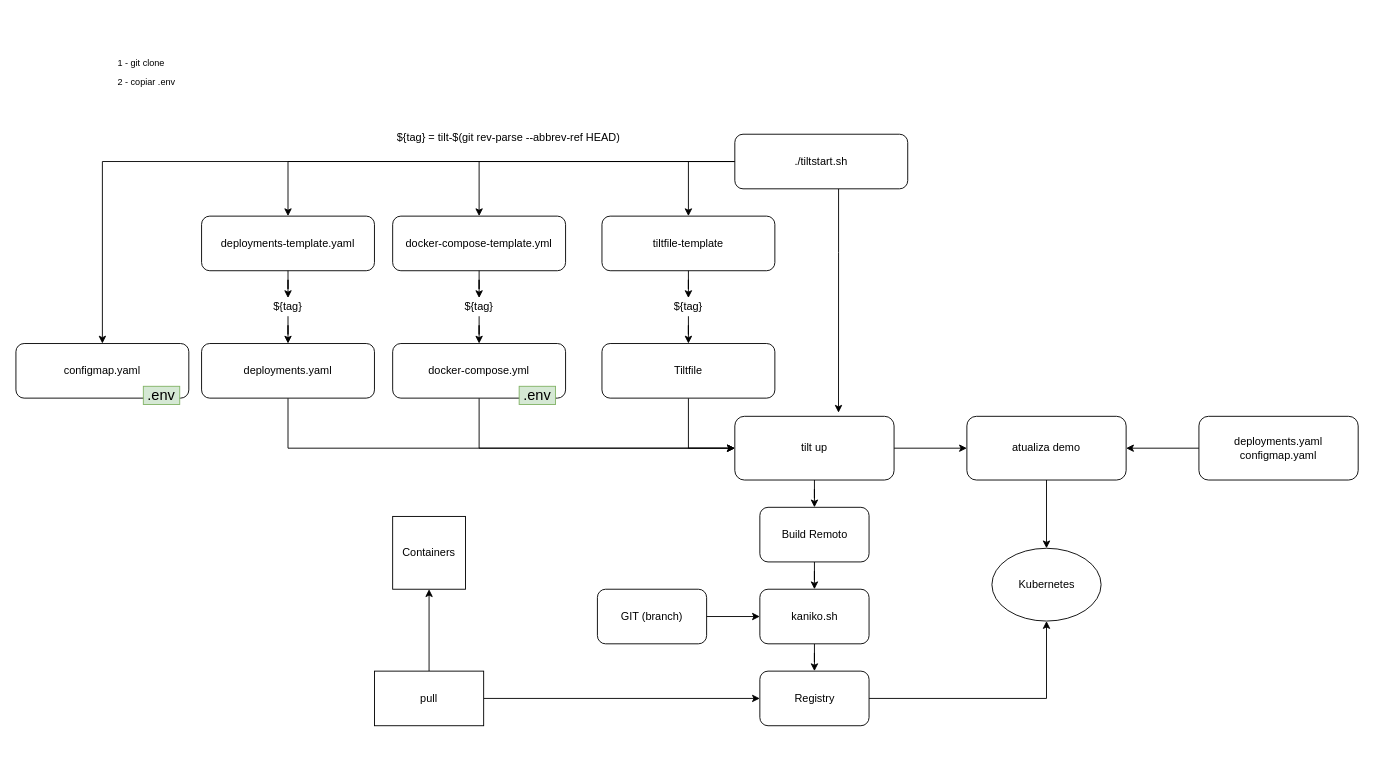
The draw.io diagram page "Page-2" (2 of 2) of Demo_QAS.drawio in luizhpriotto/diagrams, before the edit. Source tidied: cells renumbered, new cells numbered last; positions are measured from the earlier drawing's top-left corner, leaving out a move shared by most shapes. Both pictures are drawn from the tidied source at 91%, with x=0, y=0 at pixel (15, 15).
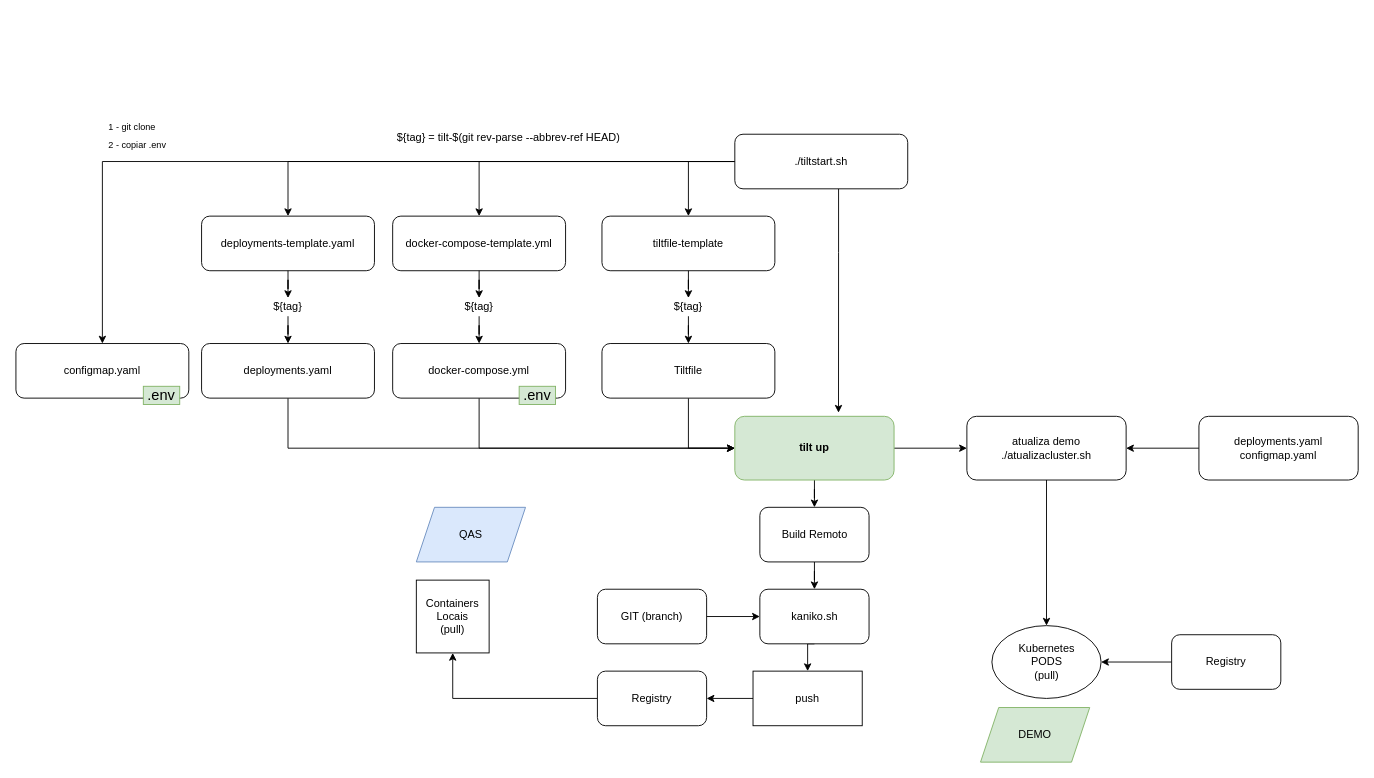
The same page after the edit.

The change refers to these unchanged cells:
```xml
<mxCell id="34" value="kaniko.sh" style="whiteSpace=wrap;html=1;rounded=1;" parent="1" vertex="1">
  <mxGeometry x="817.5" y="630" width="120" height="60" as="geometry" />
</mxCell>
```

Change to the diagram source:
```diff
@@
-    <mxCell id="29" value="tilt up" style="whiteSpace=wrap;html=1;rounded=1;" parent="1" vertex="1">
+    <mxCell id="29" value="tilt up" style="whiteSpace=wrap;html=1;rounded=1;fillColor=#d5e8d4;strokeColor=#82b366;fontStyle=1;" parent="1" vertex="1">
       <mxGeometry x="790" y="440" width="175" height="70" as="geometry" />
     </mxCell>
-    <mxCell id="30" value="Containers" style="whiteSpace=wrap;html=1;" parent="1" vertex="1">
-      <mxGeometry x="414" y="550" width="80" height="80" as="geometry" />
+    <mxCell id="30" value="Containers Locais&lt;br&gt;(pull)" style="whiteSpace=wrap;html=1;" parent="1" vertex="1">
+      <mxGeometry x="440" y="620" width="80" height="80" as="geometry" />
     </mxCell>
@@
-    <mxCell id="33" style="edgeStyle=orthogonalEdgeStyle;rounded=0;jettySize=auto;html=1;" parent="1" edge="1" source="34" target="36">
-      <mxGeometry relative="1" as="geometry" />
-    </mxCell>
+    <mxCell id="51" style="edgeStyle=orthogonalEdgeStyle;rounded=0;jettySize=auto;html=1;exitX=0.5;exitY=1;exitDx=0;exitDy=0;entryX=0.5;entryY=0;entryDx=0;entryDy=0;" parent="1" edge="1" source="34" target="54">
+      <mxGeometry relative="1" as="geometry" />
+    </mxCell>
@@
-    <mxCell id="35" style="edgeStyle=orthogonalEdgeStyle;rounded=0;jettySize=auto;html=1;" parent="1" edge="1" source="36" target="44">
-      <mxGeometry relative="1" as="geometry" />
-    </mxCell>
+    <mxCell id="52" style="edgeStyle=orthogonalEdgeStyle;rounded=0;jettySize=auto;html=1;exitX=0;exitY=0.5;exitDx=0;exitDy=0;" parent="1" edge="1" source="36" target="30">
+      <mxGeometry relative="1" as="geometry" />
+    </mxCell>
     <mxCell id="36" value="Registry" style="whiteSpace=wrap;html=1;rounded=1;" parent="1" vertex="1">
-      <mxGeometry x="817.5" y="720" width="120" height="60" as="geometry" />
+      <mxGeometry x="639" y="720" width="120" height="60" as="geometry" />
     </mxCell>
-    <mxCell id="37" style="edgeStyle=orthogonalEdgeStyle;rounded=0;jettySize=auto;html=1;entryX=0;entryY=0.5;entryDx=0;entryDy=0;" parent="1" edge="1" source="39" target="36">
-      <mxGeometry relative="1" as="geometry" />
-    </mxCell>
-    <mxCell id="38" style="edgeStyle=orthogonalEdgeStyle;rounded=0;jettySize=auto;html=1;entryX=0.5;entryY=1;entryDx=0;entryDy=0;" parent="1" edge="1" source="39" target="30">
-      <mxGeometry relative="1" as="geometry" />
-    </mxCell>
-    <mxCell id="39" value="pull" style="whiteSpace=wrap;html=1;" parent="1" vertex="1">
-      <mxGeometry x="394" y="720" width="120" height="60" as="geometry" />
-    </mxCell>
@@
-    <mxCell id="41" value="atualiza demo" style="whiteSpace=wrap;html=1;rounded=1;" parent="1" vertex="1">
+    <mxCell id="41" value="atualiza demo&lt;br&gt;./atualizacluster.sh" style="whiteSpace=wrap;html=1;rounded=1;" parent="1" vertex="1">
       <mxGeometry x="1045" y="440" width="175" height="70" as="geometry" />
     </mxCell>
@@
-    <mxCell id="44" value="Kubernetes" style="ellipse;whiteSpace=wrap;html=1;rounded=1;" parent="1" vertex="1">
-      <mxGeometry x="1072.5" y="585" width="120" height="80" as="geometry" />
+    <mxCell id="44" value="Kubernetes&lt;br&gt;PODS&lt;br&gt;(pull)" style="ellipse;whiteSpace=wrap;html=1;rounded=1;" parent="1" vertex="1">
+      <mxGeometry x="1072.5" y="670" width="120" height="80" as="geometry" />
     </mxCell>
@@
     <mxCell id="50" value="&lt;font size=&quot;1&quot; style=&quot;line-height: 80%&quot;&gt;1 - git clone&lt;br&gt;2 - copiar .env&lt;br&gt;&lt;/font&gt;" style="text;html=1;strokeColor=none;align=left;verticalAlign=middle;whiteSpace=wrap;rounded=0;fontSize=16;labelPosition=center;verticalLabelPosition=middle;" parent="1" vertex="1">
-      <mxGeometry x="110" width="120" height="120" as="geometry" />
+      <mxGeometry x="100" y="70" width="120" height="120" as="geometry" />
     </mxCell>
+    <mxCell id="53" style="edgeStyle=orthogonalEdgeStyle;rounded=0;jettySize=auto;html=1;exitX=0;exitY=0.5;exitDx=0;exitDy=0;" parent="1" edge="1" source="54" target="36">
+      <mxGeometry relative="1" as="geometry" />
+    </mxCell>
+    <mxCell id="54" value="push" style="whiteSpace=wrap;html=1;" parent="1" vertex="1">
+      <mxGeometry x="810" y="720" width="120" height="60" as="geometry" />
+    </mxCell>
+    <mxCell id="55" style="edgeStyle=orthogonalEdgeStyle;rounded=0;jettySize=auto;html=1;entryX=1;entryY=0.5;entryDx=0;entryDy=0;" parent="1" edge="1" source="56" target="44">
+      <mxGeometry relative="1" as="geometry" />
+    </mxCell>
+    <mxCell id="56" value="Registry" style="whiteSpace=wrap;html=1;rounded=1;" parent="1" vertex="1">
+      <mxGeometry x="1270" y="680" width="120" height="60" as="geometry" />
+    </mxCell>
+    <mxCell id="57" value="QAS" style="shape=parallelogram;perimeter=parallelogramPerimeter;whiteSpace=wrap;html=1;fixedSize=1;fillColor=#dae8fc;strokeColor=#6c8ebf;" parent="1" vertex="1">
+      <mxGeometry x="440" y="540" width="120" height="60" as="geometry" />
+    </mxCell>
+    <mxCell id="58" value="DEMO" style="shape=parallelogram;perimeter=parallelogramPerimeter;whiteSpace=wrap;html=1;fixedSize=1;fillColor=#d5e8d4;strokeColor=#82b366;" parent="1" vertex="1">
+      <mxGeometry x="1060" y="760" width="120" height="60" as="geometry" />
+    </mxCell>
```
